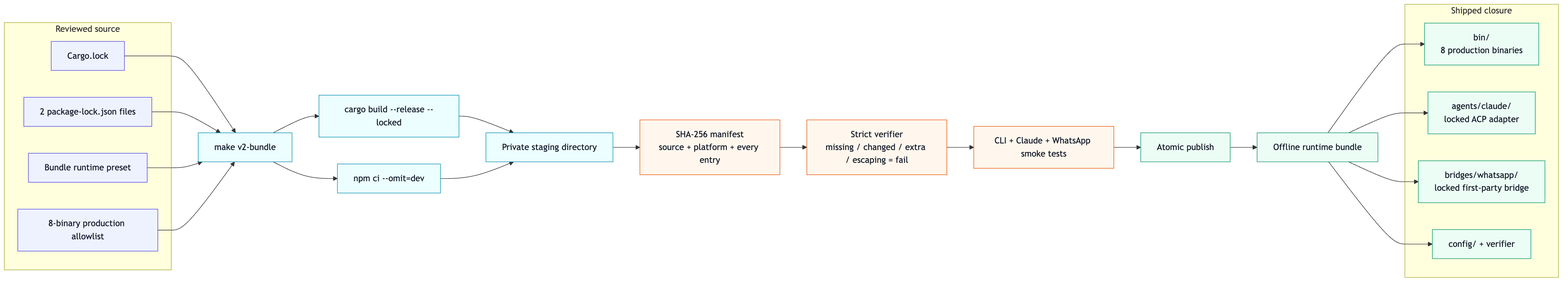
The Mermaid diagram v2/docs/runtime-bundle-flow.png in fontanierh/crab, before a commit. Its source is kept beside it as v2/docs/runtime-bundle-flow.mmd.
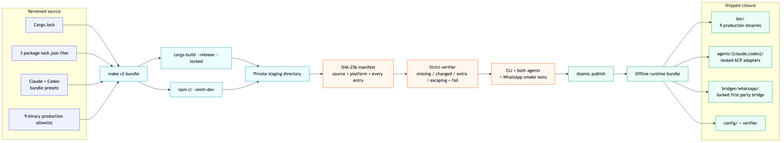
After the change.

Change to the diagram source:
```diff
@@ -1,9 +1,9 @@
 flowchart LR
     subgraph SOURCE["Reviewed source"]
         CARGO["Cargo.lock"]
-        NPM["2 package-lock.json files"]
-        CONFIG["Bundle runtime preset"]
-        ALLOW["8-binary production allowlist"]
+        NPM["3 package-lock.json files"]
+        CONFIG["Claude + Codex<br/>bundle presets"]
+        ALLOW["9-binary production allowlist"]
     end
 
     BUILD["make v2-bundle"]
@@ -19,13 +19,13 @@
 
     STAGE --> MANIFEST["SHA-256 manifest\nsource + platform + every entry"]
     MANIFEST --> VERIFY["Strict verifier\nmissing / changed / extra / escaping = fail"]
-    VERIFY --> SMOKE["CLI + Claude + WhatsApp smoke tests"]
+    VERIFY --> SMOKE["CLI + both agents<br/>+ WhatsApp smoke tests"]
     SMOKE --> ATOMIC["Atomic publish"]
 
     ATOMIC --> BUNDLE["Offline runtime bundle"]
     subgraph CONTENTS["Shipped closure"]
-        BIN["bin/\n8 production binaries"]
-        AGENT["agents/claude/\nlocked ACP adapter"]
+        BIN["bin/\n9 production binaries"]
+        AGENT["agents/{claude,codex}/\nlocked ACP adapters"]
         BRIDGE["bridges/whatsapp/\nlocked first-party bridge"]
         CFG["config/ + verifier"]
     end
```
